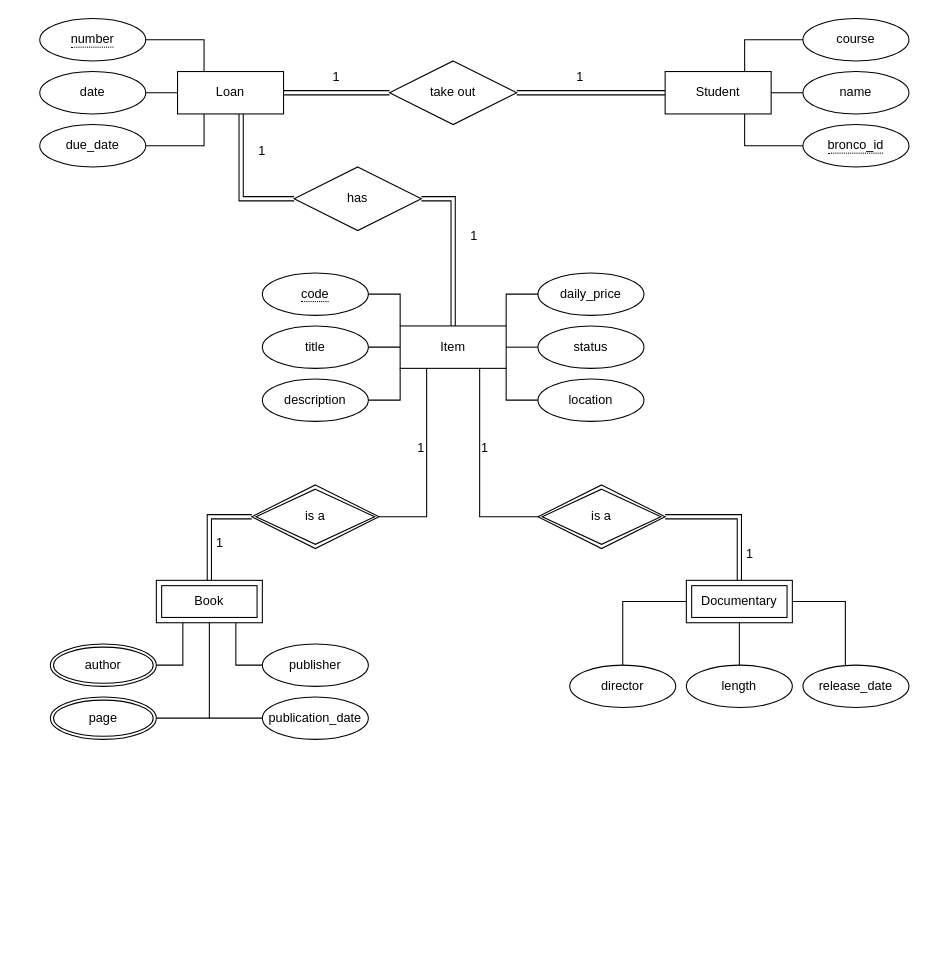
Noah-B-Reef/CS-3560-Final-Project keeps this draw.io diagram as src/main/Diagrams/ERD/ERD.drawio. Above is the earlier version. Source tidied: cells renumbered, new cells numbered last; positions are measured from the earlier drawing's top-left corner, leaving out a move shared by most shapes. Both pictures are drawn from the tidied source at 106%, with x=0, y=0 at pixel (39, 18).
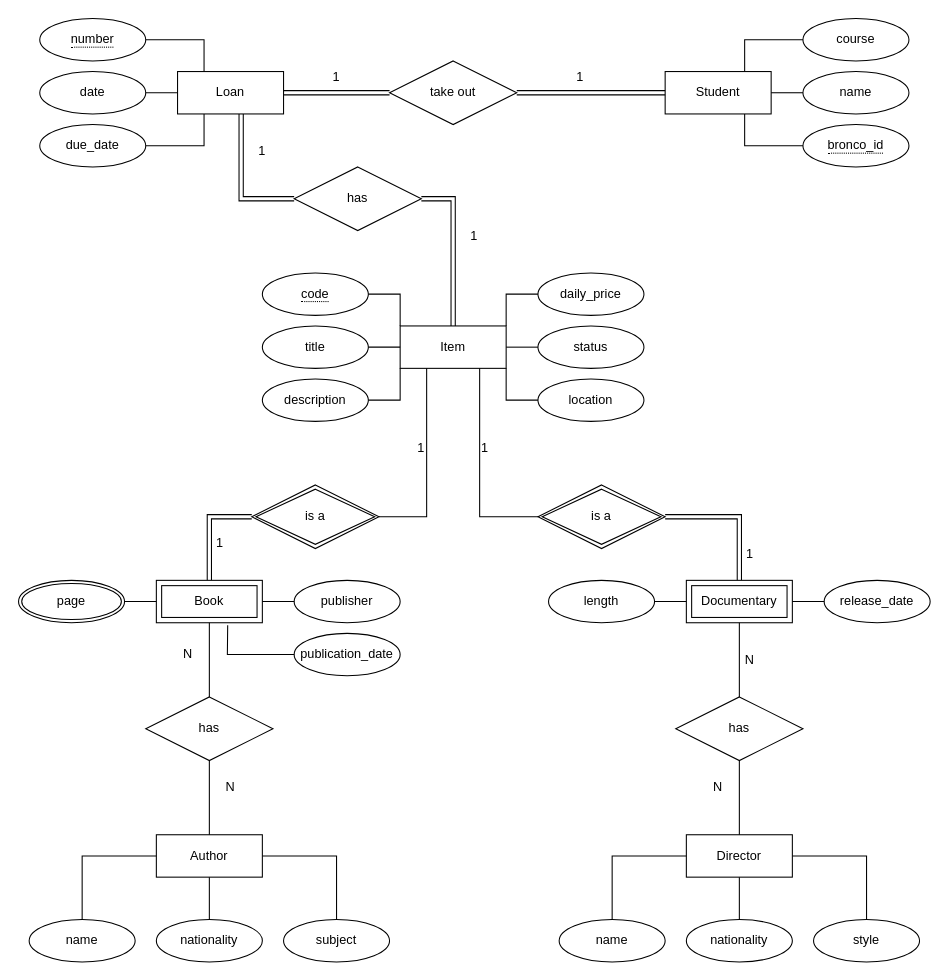
The same page after the edit.

Commit message (it also covers changes not shown here):
Updated domain and erd models to include author and director as well as updated relationship.s

The change refers to these unchanged cells:
```xml
<mxCell id="22" value="Book" style="shape=ext;margin=3;double=1;whiteSpace=wrap;html=1;align=center;" parent="1" vertex="1">
  <mxGeometry x="110" y="530" width="100" height="40" as="geometry" />
</mxCell>
<mxCell id="24" value="Documentary" style="shape=ext;margin=3;double=1;whiteSpace=wrap;html=1;align=center;" parent="1" vertex="1">
  <mxGeometry x="610" y="530" width="100" height="40" as="geometry" />
</mxCell>
```

The edit, as a diff of the source:
```diff
@@
-    <mxCell id="11" value="director" style="ellipse;whiteSpace=wrap;html=1;align=center;" parent="1" vertex="1">
-      <mxGeometry x="500" y="610" width="100" height="40" as="geometry" />
-    </mxCell>
-    <mxCell id="12" value="length" style="ellipse;whiteSpace=wrap;html=1;align=center;" parent="1" vertex="1">
-      <mxGeometry x="610" y="610" width="100" height="40" as="geometry" />
-    </mxCell>
     <mxCell id="13" value="release_date" style="ellipse;whiteSpace=wrap;html=1;align=center;" parent="1" vertex="1">
-      <mxGeometry x="720" y="610" width="100" height="40" as="geometry" />
+      <mxGeometry x="740" y="530" width="100" height="40" as="geometry" />
     </mxCell>
     <mxCell id="14" value="publisher" style="ellipse;whiteSpace=wrap;html=1;align=center;" parent="1" vertex="1">
-      <mxGeometry x="210" y="590" width="100" height="40" as="geometry" />
+      <mxGeometry x="240" y="530" width="100" height="40" as="geometry" />
     </mxCell>
     <mxCell id="15" value="publication_date" style="ellipse;whiteSpace=wrap;html=1;align=center;" parent="1" vertex="1">
-      <mxGeometry x="210" y="640" width="100" height="40" as="geometry" />
+      <mxGeometry x="240" y="580" width="100" height="40" as="geometry" />
     </mxCell>
@@
-    <mxCell id="34" style="endArrow=none;html=1;rounded=0;exitX=1;exitY=0.5;exitDx=0;exitDy=0;entryX=0.25;entryY=1;entryDx=0;entryDy=0;" parent="1" edge="1" target="22">
-      <mxGeometry relative="1" as="geometry">
-        <mxPoint x="110" y="610" as="sourcePoint" />
-        <Array as="points">
-          <mxPoint x="135" y="610" />
-        </Array>
-      </mxGeometry>
-    </mxCell>
-    <mxCell id="35" style="endArrow=none;html=1;rounded=0;exitX=1;exitY=0.5;exitDx=0;exitDy=0;entryX=0.5;entryY=1;entryDx=0;entryDy=0;" parent="1" edge="1" target="22">
-      <mxGeometry relative="1" as="geometry">
-        <mxPoint x="110" y="660" as="sourcePoint" />
-        <Array as="points">
-          <mxPoint x="160" y="660" />
-        </Array>
-      </mxGeometry>
-    </mxCell>
-    <mxCell id="36" style="endArrow=none;html=1;rounded=0;exitX=0.75;exitY=1;exitDx=0;exitDy=0;" parent="1" edge="1" source="22">
-      <mxGeometry relative="1" as="geometry">
-        <mxPoint x="210" y="610" as="targetPoint" />
-        <Array as="points">
-          <mxPoint x="185" y="610" />
-        </Array>
-      </mxGeometry>
-    </mxCell>
-    <mxCell id="37" style="endArrow=none;html=1;rounded=0;" parent="1" edge="1">
-      <mxGeometry relative="1" as="geometry">
-        <mxPoint x="160" y="660" as="sourcePoint" />
-        <mxPoint x="210" y="660" as="targetPoint" />
-      </mxGeometry>
-    </mxCell>
-    <mxCell id="38" style="endArrow=none;html=1;rounded=0;exitX=0.5;exitY=0;exitDx=0;exitDy=0;" parent="1" edge="1" source="11">
+    <mxCell id="38" style="endArrow=none;html=1;rounded=0;exitX=1;exitY=0.5;exitDx=0;exitDy=0;" parent="1" edge="1" source="12">
       <mxGeometry relative="1" as="geometry">
         <mxPoint x="610" y="550" as="targetPoint" />
         <Array as="points">
           <mxPoint x="550" y="550" />
         </Array>
       </mxGeometry>
     </mxCell>
-    <mxCell id="39" style="endArrow=none;html=1;rounded=0;entryX=0.5;entryY=1;entryDx=0;entryDy=0;" parent="1" edge="1" target="24">
-      <mxGeometry relative="1" as="geometry">
-        <mxPoint x="660" y="610" as="sourcePoint" />
-      </mxGeometry>
-    </mxCell>
-    <mxCell id="40" style="endArrow=none;html=1;rounded=0;entryX=1;entryY=0.5;entryDx=0;entryDy=0;" parent="1" edge="1" target="24">
-      <mxGeometry relative="1" as="geometry">
-        <mxPoint x="760" y="610" as="sourcePoint" />
-        <Array as="points">
-          <mxPoint x="760" y="550" />
-        </Array>
-      </mxGeometry>
-    </mxCell>
-    <mxCell id="41" value="author" style="ellipse;shape=doubleEllipse;margin=3;whiteSpace=wrap;html=1;align=center;" parent="1" vertex="1">
-      <mxGeometry x="10" y="590" width="100" height="40" as="geometry" />
-    </mxCell>
     <mxCell id="42" value="page" style="ellipse;shape=doubleEllipse;margin=3;whiteSpace=wrap;html=1;align=center;" parent="1" vertex="1">
-      <mxGeometry x="10" y="640" width="100" height="40" as="geometry" />
+      <mxGeometry x="-20" y="530" width="100" height="40" as="geometry" />
     </mxCell>
@@
+    <mxCell id="65" style="endArrow=none;html=1;rounded=0;entryX=0;entryY=0.5;entryDx=0;entryDy=0;" parent="1" edge="1" target="22">
+      <mxGeometry relative="1" as="geometry">
+        <mxPoint x="80" y="550" as="sourcePoint" />
+      </mxGeometry>
+    </mxCell>
+    <mxCell id="66" style="endArrow=none;html=1;rounded=0;exitX=1;exitY=0.5;exitDx=0;exitDy=0;" parent="1" edge="1" source="22">
+      <mxGeometry relative="1" as="geometry">
+        <mxPoint x="240" y="550" as="targetPoint" />
+      </mxGeometry>
+    </mxCell>
+    <mxCell id="67" style="endArrow=none;html=1;rounded=0;exitX=0.673;exitY=1.057;exitDx=0;exitDy=0;exitPerimeter=0;" parent="1" edge="1" source="22">
+      <mxGeometry relative="1" as="geometry">
+        <mxPoint x="240" y="600" as="targetPoint" />
+        <Array as="points">
+          <mxPoint x="177" y="600" />
+        </Array>
+      </mxGeometry>
+    </mxCell>
+    <mxCell id="68" value="has" style="shape=rhombus;perimeter=rhombusPerimeter;whiteSpace=wrap;html=1;align=center;" parent="1" vertex="1">
+      <mxGeometry x="100" y="640" width="120" height="60" as="geometry" />
+    </mxCell>
+    <mxCell id="69" value="has" style="shape=rhombus;perimeter=rhombusPerimeter;whiteSpace=wrap;html=1;align=center;" parent="1" vertex="1">
+      <mxGeometry x="600" y="640" width="120" height="60" as="geometry" />
+    </mxCell>
+    <mxCell id="70" style="endArrow=none;html=1;rounded=0;entryX=0.5;entryY=1;entryDx=0;entryDy=0;" parent="1" edge="1" target="22">
+      <mxGeometry relative="1" as="geometry">
+        <mxPoint x="160" y="640" as="sourcePoint" />
+      </mxGeometry>
+    </mxCell>
+    <mxCell id="71" style="endArrow=none;html=1;rounded=0;entryX=0.5;entryY=1;entryDx=0;entryDy=0;" parent="1" edge="1" target="24">
+      <mxGeometry relative="1" as="geometry">
+        <mxPoint x="660" y="640" as="sourcePoint" />
+      </mxGeometry>
+    </mxCell>
+    <mxCell id="72" value="Author" style="whiteSpace=wrap;html=1;align=center;" parent="1" vertex="1">
+      <mxGeometry x="110" y="770" width="100" height="40" as="geometry" />
+    </mxCell>
+    <mxCell id="73" value="Director" style="whiteSpace=wrap;html=1;align=center;" parent="1" vertex="1">
+      <mxGeometry x="610" y="770" width="100" height="40" as="geometry" />
+    </mxCell>
+    <mxCell id="74" style="endArrow=none;html=1;rounded=0;" parent="1" edge="1" source="72">
+      <mxGeometry relative="1" as="geometry">
+        <mxPoint x="160" y="700" as="targetPoint" />
+      </mxGeometry>
+    </mxCell>
+    <mxCell id="75" style="endArrow=none;html=1;rounded=0;exitX=0.5;exitY=0;exitDx=0;exitDy=0;" parent="1" edge="1" source="73">
+      <mxGeometry relative="1" as="geometry">
+        <mxPoint x="660" y="700" as="targetPoint" />
+      </mxGeometry>
+    </mxCell>
+    <mxCell id="76" value="name" style="ellipse;whiteSpace=wrap;html=1;align=center;" parent="1" vertex="1">
+      <mxGeometry x="-10" y="850" width="100" height="40" as="geometry" />
+    </mxCell>
+    <mxCell id="77" value="nationality" style="ellipse;whiteSpace=wrap;html=1;align=center;" parent="1" vertex="1">
+      <mxGeometry x="110" y="850" width="100" height="40" as="geometry" />
+    </mxCell>
+    <mxCell id="78" value="subject" style="ellipse;whiteSpace=wrap;html=1;align=center;" parent="1" vertex="1">
+      <mxGeometry x="230" y="850" width="100" height="40" as="geometry" />
+    </mxCell>
+    <mxCell id="79" style="endArrow=none;html=1;rounded=0;entryX=0;entryY=0.5;entryDx=0;entryDy=0;" parent="1" edge="1" target="72">
+      <mxGeometry relative="1" as="geometry">
+        <mxPoint x="40" y="850" as="sourcePoint" />
+        <Array as="points">
+          <mxPoint x="40" y="790" />
+        </Array>
+      </mxGeometry>
+    </mxCell>
+    <mxCell id="80" style="endArrow=none;html=1;rounded=0;entryX=1;entryY=0.5;entryDx=0;entryDy=0;" parent="1" edge="1" target="72">
+      <mxGeometry relative="1" as="geometry">
+        <mxPoint x="280" y="850" as="sourcePoint" />
+        <Array as="points">
+          <mxPoint x="280" y="790" />
+        </Array>
+      </mxGeometry>
+    </mxCell>
+    <mxCell id="81" style="endArrow=none;html=1;rounded=0;entryX=0.5;entryY=1;entryDx=0;entryDy=0;" parent="1" edge="1" target="72">
+      <mxGeometry relative="1" as="geometry">
+        <mxPoint x="160" y="850" as="sourcePoint" />
+      </mxGeometry>
+    </mxCell>
+    <mxCell id="82" value="name" style="ellipse;whiteSpace=wrap;html=1;align=center;" parent="1" vertex="1">
+      <mxGeometry x="490" y="850" width="100" height="40" as="geometry" />
+    </mxCell>
+    <mxCell id="83" value="nationality" style="ellipse;whiteSpace=wrap;html=1;align=center;" parent="1" vertex="1">
+      <mxGeometry x="610" y="850" width="100" height="40" as="geometry" />
+    </mxCell>
+    <mxCell id="84" value="style" style="ellipse;whiteSpace=wrap;html=1;align=center;" parent="1" vertex="1">
+      <mxGeometry x="730" y="850" width="100" height="40" as="geometry" />
+    </mxCell>
+    <mxCell id="85" style="endArrow=none;html=1;rounded=0;entryX=0;entryY=0.5;entryDx=0;entryDy=0;" parent="1" edge="1">
+      <mxGeometry relative="1" as="geometry">
+        <mxPoint x="540" y="850" as="sourcePoint" />
+        <mxPoint x="610" y="790" as="targetPoint" />
+        <Array as="points">
+          <mxPoint x="540" y="790" />
+        </Array>
+      </mxGeometry>
+    </mxCell>
+    <mxCell id="86" style="endArrow=none;html=1;rounded=0;entryX=1;entryY=0.5;entryDx=0;entryDy=0;" parent="1" edge="1">
+      <mxGeometry relative="1" as="geometry">
+        <mxPoint x="780" y="850" as="sourcePoint" />
+        <mxPoint x="710" y="790" as="targetPoint" />
+        <Array as="points">
+          <mxPoint x="780" y="790" />
+        </Array>
+      </mxGeometry>
+    </mxCell>
+    <mxCell id="87" style="endArrow=none;html=1;rounded=0;entryX=0.5;entryY=1;entryDx=0;entryDy=0;" parent="1" edge="1">
+      <mxGeometry relative="1" as="geometry">
+        <mxPoint x="660" y="850" as="sourcePoint" />
+        <mxPoint x="660" y="810" as="targetPoint" />
+      </mxGeometry>
+    </mxCell>
+    <mxCell id="88" style="endArrow=none;html=1;rounded=0;entryX=0;entryY=0.5;entryDx=0;entryDy=0;" parent="1" edge="1" target="13">
+      <mxGeometry relative="1" as="geometry">
+        <mxPoint x="710" y="550" as="sourcePoint" />
+      </mxGeometry>
+    </mxCell>
+    <mxCell id="89" style="endArrow=none;html=1;rounded=0;exitX=1;exitY=0.5;exitDx=0;exitDy=0;" parent="1" edge="1" target="12">
+      <mxGeometry relative="1" as="geometry">
+        <mxPoint x="550" y="550" as="sourcePoint" />
+      </mxGeometry>
+    </mxCell>
+    <mxCell id="12" value="length" style="ellipse;whiteSpace=wrap;html=1;align=center;" parent="1" vertex="1">
+      <mxGeometry x="480" y="530" width="100" height="40" as="geometry" />
+    </mxCell>
+    <mxCell id="90" value="N" style="text;html=1;strokeColor=none;fillColor=none;align=center;verticalAlign=middle;whiteSpace=wrap;rounded=0;" parent="1" vertex="1">
+      <mxGeometry x="110" y="585" width="60" height="30" as="geometry" />
+    </mxCell>
+    <mxCell id="91" value="N" style="text;html=1;strokeColor=none;fillColor=none;align=center;verticalAlign=middle;whiteSpace=wrap;rounded=0;" parent="1" vertex="1">
+      <mxGeometry x="150" y="710" width="60" height="30" as="geometry" />
+    </mxCell>
+    <mxCell id="92" value="N" style="text;html=1;strokeColor=none;fillColor=none;align=center;verticalAlign=middle;whiteSpace=wrap;rounded=0;" parent="1" vertex="1">
+      <mxGeometry x="640" y="590" width="60" height="30" as="geometry" />
+    </mxCell>
+    <mxCell id="93" value="N" style="text;html=1;strokeColor=none;fillColor=none;align=center;verticalAlign=middle;whiteSpace=wrap;rounded=0;" parent="1" vertex="1">
+      <mxGeometry x="610" y="710" width="60" height="30" as="geometry" />
+    </mxCell>
```
